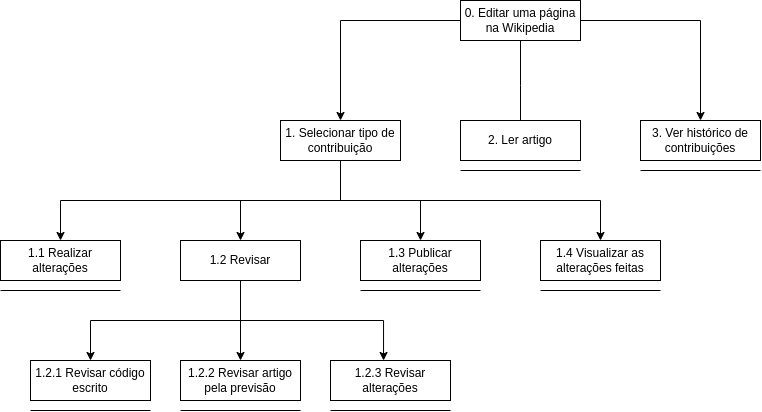
This is docs/images/aht.png from Interacao-Humano-Computador/2023.1-Wikipedia, a draw.io export, as it was before one commit. Source tidied: cells renumbered, new cells last; positions are measured from the earlier drawing's top-left corner, leaving out a move shared by most shapes.
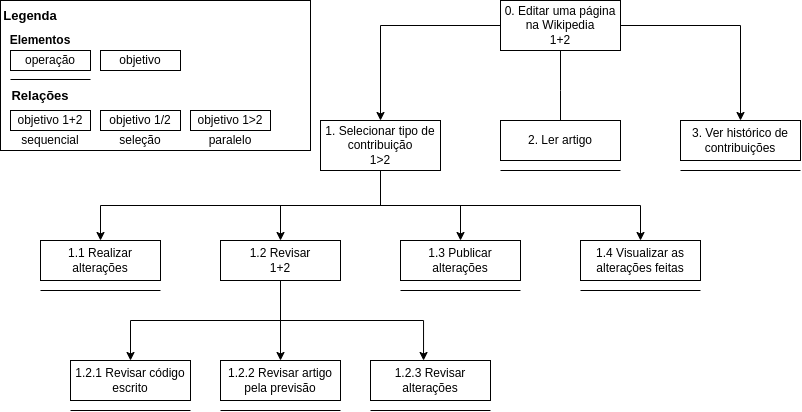
The same diagram one commit later.

Commit message:
adicionando correções

Change to the diagram source:
```diff
@@ -13,8 +13,8 @@
         <mxPoint x="520" y="130" as="targetPoint" />
       </mxGeometry>
     </mxCell>
-    <mxCell id="5" value="0. Editar uma página na Wikipedia" style="rounded=0;whiteSpace=wrap;html=1;" parent="1" vertex="1">
-      <mxGeometry x="460" width="120" height="40" as="geometry" />
+    <mxCell id="5" value="0. Editar uma página na Wikipedia&lt;br&gt;1+2" style="rounded=0;whiteSpace=wrap;html=1;" parent="1" vertex="1">
+      <mxGeometry x="460" width="120" height="50" as="geometry" />
     </mxCell>
     <mxCell id="6" style="edgeStyle=elbowEdgeStyle;rounded=0;jettySize=auto;html=1;elbow=vertical;" parent="1" edge="1" source="10" target="12">
       <mxGeometry relative="1" as="geometry" />
@@ -28,8 +28,8 @@
     <mxCell id="9" style="edgeStyle=elbowEdgeStyle;rounded=0;jettySize=auto;html=1;entryX=0.5;entryY=0;entryDx=0;entryDy=0;elbow=vertical;" parent="1" edge="1" source="10" target="17">
       <mxGeometry relative="1" as="geometry" />
     </mxCell>
-    <mxCell id="10" value="1. Selecionar tipo de contribuição" style="rounded=0;whiteSpace=wrap;html=1;" parent="1" vertex="1">
-      <mxGeometry x="280" y="120" width="120" height="40" as="geometry" />
+    <mxCell id="10" value="1. Selecionar tipo de contribuição&lt;br&gt;1&amp;gt;2" style="rounded=0;whiteSpace=wrap;html=1;" parent="1" vertex="1">
+      <mxGeometry x="280" y="120" width="120" height="50" as="geometry" />
     </mxCell>
     <mxCell id="11" value="2. Ler artigo" style="rounded=0;whiteSpace=wrap;html=1;" parent="1" vertex="1">
       <mxGeometry x="640" y="120" width="120" height="40" as="geometry" />
@@ -46,7 +46,7 @@
     <mxCell id="15" style="edgeStyle=elbowEdgeStyle;rounded=0;jettySize=auto;html=1;entryX=0.5;entryY=0;entryDx=0;entryDy=0;elbow=vertical;" parent="1" edge="1" source="16" target="21">
       <mxGeometry relative="1" as="geometry" />
     </mxCell>
-    <mxCell id="16" value="1.2 Revisar" style="rounded=0;whiteSpace=wrap;html=1;" parent="1" vertex="1">
+    <mxCell id="16" value="1.2 Revisar&lt;br&gt;1+2" style="rounded=0;whiteSpace=wrap;html=1;" parent="1" vertex="1">
       <mxGeometry x="180" y="240" width="120" height="40" as="geometry" />
     </mxCell>
     <mxCell id="17" value="1.4 Visualizar as alterações feitas" style="rounded=0;whiteSpace=wrap;html=1;" parent="1" vertex="1">
@@ -121,5 +121,47 @@
     <mxCell id="32" value="3. Ver histórico de contribuições" style="rounded=0;whiteSpace=wrap;html=1;" parent="1" vertex="1">
       <mxGeometry x="640" y="120" width="120" height="40" as="geometry" />
     </mxCell>
+    <mxCell id="33" style="rounded=0;whiteSpace=wrap;html=1;" parent="1" vertex="1">
+      <mxGeometry x="-40" width="310" height="150" as="geometry" />
+    </mxCell>
+    <mxCell id="34" value="Legenda" style="text;html=1;strokeColor=none;fillColor=none;align=center;verticalAlign=middle;whiteSpace=wrap;rounded=0;fontStyle=1;fontSize=13;" parent="1" vertex="1">
+      <mxGeometry x="-40" width="60" height="30" as="geometry" />
+    </mxCell>
+    <mxCell id="35" style="endArrow=none;html=1;rounded=0;" parent="1" edge="1">
+      <mxGeometry relative="1" as="geometry">
+        <mxPoint x="-30" y="79" as="sourcePoint" />
+        <mxPoint x="50" y="79" as="targetPoint" />
+      </mxGeometry>
+    </mxCell>
+    <mxCell id="36" value="operação" style="rounded=0;whiteSpace=wrap;html=1;" parent="1" vertex="1">
+      <mxGeometry x="-30" y="50" width="80" height="20" as="geometry" />
+    </mxCell>
+    <mxCell id="37" value="objetivo" style="rounded=0;whiteSpace=wrap;html=1;" parent="1" vertex="1">
+      <mxGeometry x="60" y="50" width="80" height="20" as="geometry" />
+    </mxCell>
+    <mxCell id="38" value="Elementos" style="text;html=1;strokeColor=none;fillColor=none;align=center;verticalAlign=middle;whiteSpace=wrap;rounded=0;fontStyle=1;" parent="1" vertex="1">
+      <mxGeometry x="-30" y="30" width="60" height="20" as="geometry" />
+    </mxCell>
+    <mxCell id="39" value="Relações" style="text;html=1;strokeColor=none;fillColor=none;align=center;verticalAlign=middle;whiteSpace=wrap;rounded=0;fontStyle=1;fontSize=13;" parent="1" vertex="1">
+      <mxGeometry x="-30" y="90" width="60" height="10" as="geometry" />
+    </mxCell>
+    <mxCell id="40" value="objetivo 1+2" style="rounded=0;whiteSpace=wrap;html=1;" parent="1" vertex="1">
+      <mxGeometry x="-30" y="110" width="80" height="20" as="geometry" />
+    </mxCell>
+    <mxCell id="41" value="objetivo 1/2" style="rounded=0;whiteSpace=wrap;html=1;" parent="1" vertex="1">
+      <mxGeometry x="60" y="110" width="80" height="20" as="geometry" />
+    </mxCell>
+    <mxCell id="42" value="objetivo 1&amp;gt;2" style="rounded=0;whiteSpace=wrap;html=1;" parent="1" vertex="1">
+      <mxGeometry x="150" y="110" width="80" height="20" as="geometry" />
+    </mxCell>
+    <mxCell id="43" value="sequencial" style="text;html=1;strokeColor=none;fillColor=none;align=center;verticalAlign=middle;whiteSpace=wrap;rounded=0;" parent="1" vertex="1">
+      <mxGeometry x="-20" y="130" width="60" height="20" as="geometry" />
+    </mxCell>
+    <mxCell id="44" value="seleção" style="text;html=1;strokeColor=none;fillColor=none;align=center;verticalAlign=middle;whiteSpace=wrap;rounded=0;" parent="1" vertex="1">
+      <mxGeometry x="70" y="130" width="60" height="20" as="geometry" />
+    </mxCell>
+    <mxCell id="45" value="paralelo" style="text;html=1;strokeColor=none;fillColor=none;align=center;verticalAlign=middle;whiteSpace=wrap;rounded=0;" parent="1" vertex="1">
+      <mxGeometry x="160" y="130" width="60" height="20" as="geometry" />
+    </mxCell>
   </root>
 </mxGraphModel>
```
